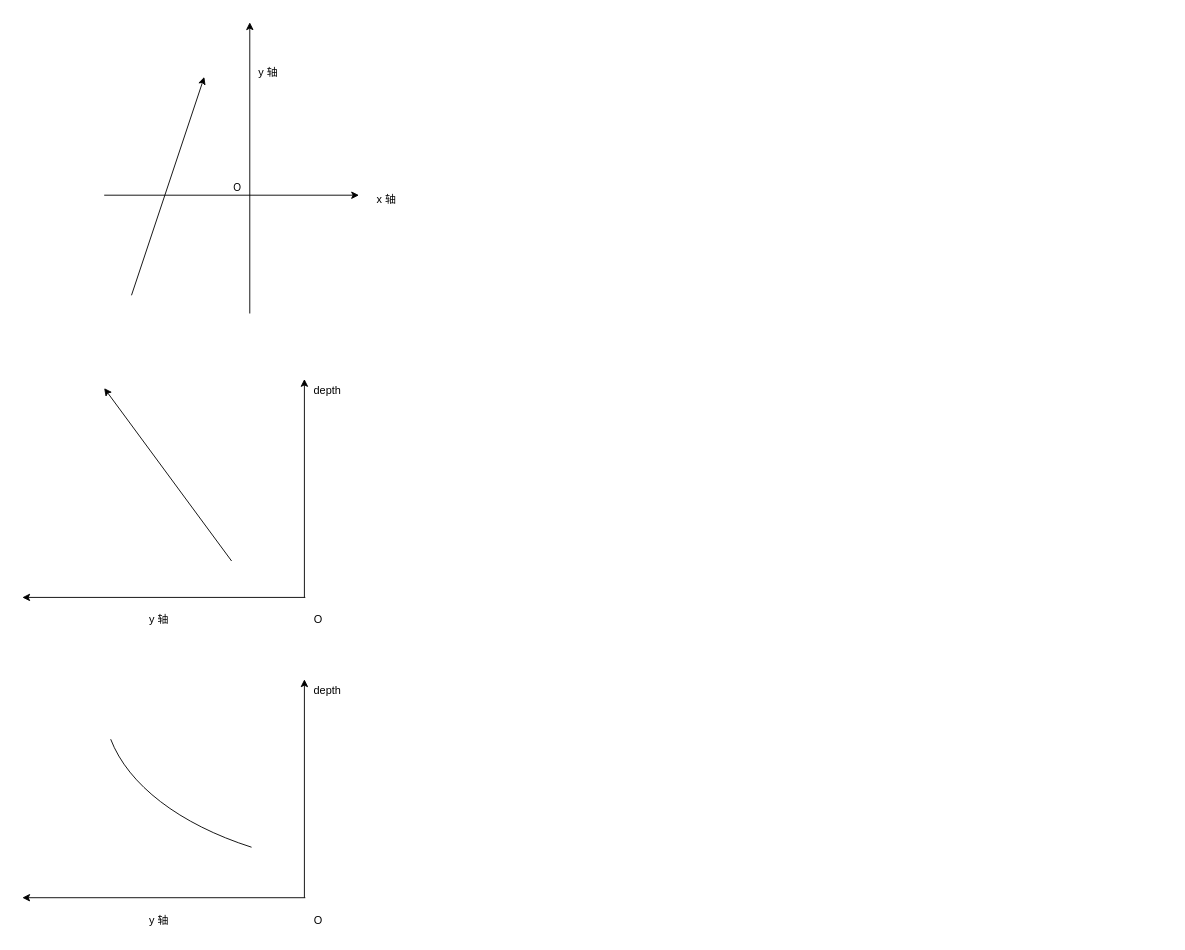
Above: 未命名绘图.drawio in nkzwchen/notebooks (draw.io), before the change. Source tidied: cells renumbered, new cells numbered last; positions are measured from the earlier drawing's top-left corner, leaving out a move shared by most shapes. Both pictures are drawn from the tidied source at 91%, with x=0, y=0 at pixel (22, 22).
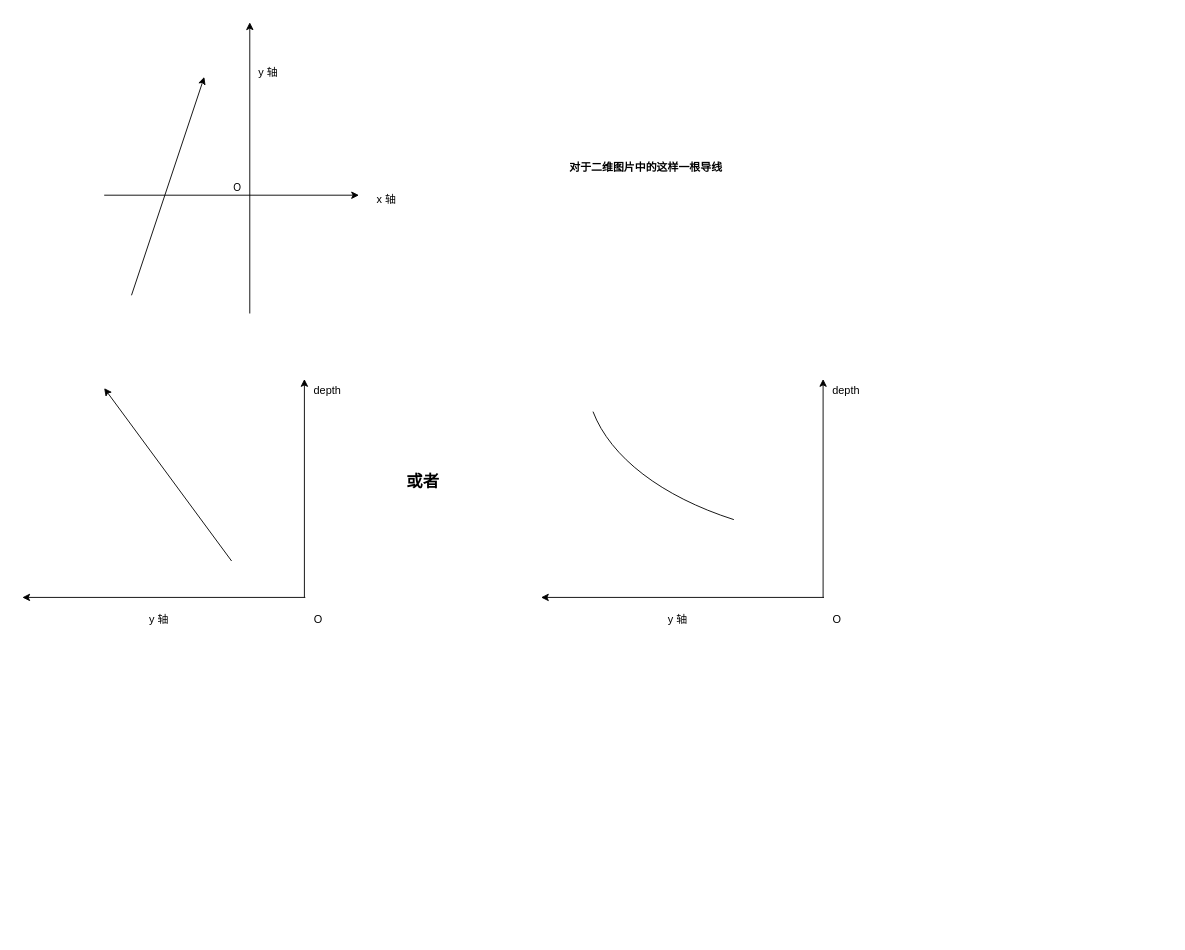
After the change.

Commit message:
更新未命名绘图.drawio

The edit, as a diff of the source:
```diff
@@
     <mxCell id="16" style="endArrow=classic;html=1;rounded=0;" parent="1" edge="1">
       <mxGeometry relative="1" as="geometry">
-        <mxPoint x="311" y="962" as="sourcePoint" />
-        <mxPoint y="962" as="targetPoint" />
+        <mxPoint x="881" y="632" as="sourcePoint" />
+        <mxPoint x="570" y="632" as="targetPoint" />
       </mxGeometry>
     </mxCell>
     <mxCell id="17" style="endArrow=classic;html=1;rounded=0;" parent="1" edge="1">
       <mxGeometry relative="1" as="geometry">
-        <mxPoint x="310" y="962" as="sourcePoint" />
-        <mxPoint x="310" y="722" as="targetPoint" />
+        <mxPoint x="880" y="632" as="sourcePoint" />
+        <mxPoint x="880" y="392" as="targetPoint" />
       </mxGeometry>
     </mxCell>
     <mxCell id="18" value="O" style="text;html=1;align=center;verticalAlign=middle;strokeColor=none;fillColor=none;" parent="1" vertex="1">
-      <mxGeometry x="310" y="972" width="30" height="30" as="geometry" />
+      <mxGeometry x="880" y="642" width="30" height="30" as="geometry" />
     </mxCell>
     <mxCell id="19" value="y 轴" style="text;html=1;align=center;verticalAlign=middle;strokeColor=none;fillColor=none;" parent="1" vertex="1">
-      <mxGeometry x="130" y="972" width="40" height="30" as="geometry" />
+      <mxGeometry x="700" y="642" width="40" height="30" as="geometry" />
     </mxCell>
     <mxCell id="20" value="depth" style="text;html=1;align=center;verticalAlign=middle;strokeColor=none;fillColor=none;" parent="1" vertex="1">
-      <mxGeometry x="310" y="720" width="50" height="30" as="geometry" />
+      <mxGeometry x="880" y="390" width="50" height="30" as="geometry" />
     </mxCell>
     <mxCell id="21" style="verticalLabelPosition=bottom;verticalAlign=top;html=1;shape=mxgraph.basic.arc;startAngle=0.5822345854055692;endAngle=0.7162865987352993;" parent="1" vertex="1">
-      <mxGeometry x="90" y="570" width="640" height="360" as="geometry" />
+      <mxGeometry x="620" y="210" width="640" height="360" as="geometry" />
     </mxCell>
+    <mxCell id="22" value="&lt;b&gt;&lt;font style=&quot;font-size: 18px;&quot;&gt;或者&lt;/font&gt;&lt;/b&gt;" style="text;html=1;align=center;verticalAlign=middle;strokeColor=none;fillColor=none;" parent="1" vertex="1">
+      <mxGeometry x="410" y="485" width="60" height="40" as="geometry" />
+    </mxCell>
+    <mxCell id="23" value="&lt;b&gt;对于二维图片中的这样一根导线&lt;/b&gt;" style="text;html=1;align=center;verticalAlign=middle;strokeColor=none;fillColor=none;" parent="1" vertex="1">
+      <mxGeometry x="590" y="145" width="190" height="30" as="geometry" />
+    </mxCell>
```
